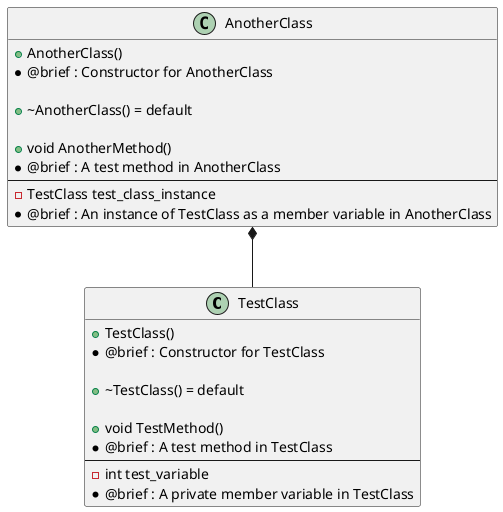
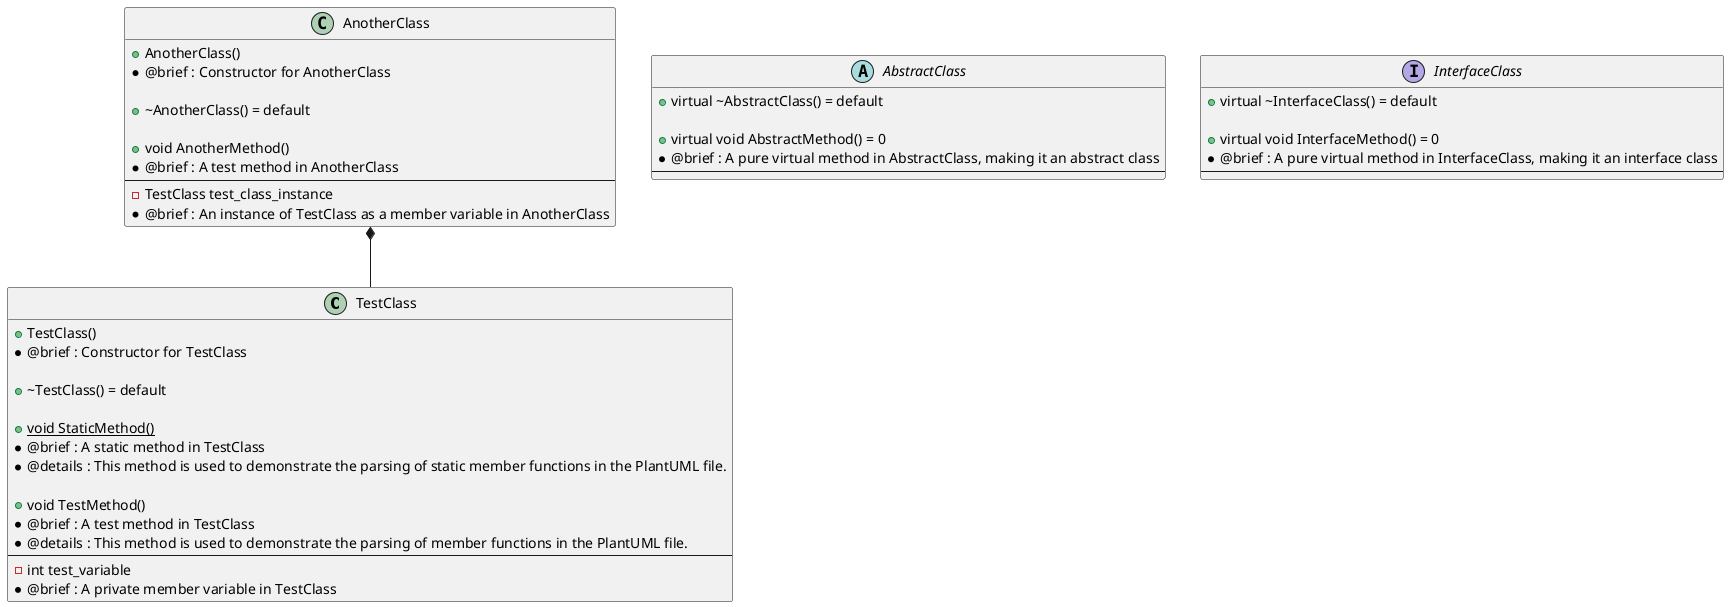
﻿@startuml

class TestClass
{
    + TestClass()
     * @brief : Constructor for TestClass

    + ~TestClass() = default

+     {static} + void StaticMethod()
+      * @brief : A static method in TestClass
+      * @details : This method is used to demonstrate the parsing of static member functions in the PlantUML file.
+ 
    + void TestMethod()
     * @brief : A test method in TestClass
+      * @details : This method is used to demonstrate the parsing of member functions in the PlantUML file.
    ---
    - int test_variable
     * @brief : A private member variable in TestClass
+ }
+ 
+ abstract class AbstractClass
+ {
+     + virtual ~AbstractClass() = default
+ 
+     + virtual void AbstractMethod() = 0
+      * @brief : A pure virtual method in AbstractClass, making it an abstract class
+     ---
+ }
+ 
+ interface InterfaceClass
+ {
+     + virtual ~InterfaceClass() = default
+ 
+     + virtual void InterfaceMethod() = 0
+      * @brief : A pure virtual method in InterfaceClass, making it an interface class
+     ---
}

class AnotherClass
{
    + AnotherClass()
     * @brief : Constructor for AnotherClass

    + ~AnotherClass() = default

    + void AnotherMethod()
     * @brief : A test method in AnotherClass
    ---
    - TestClass test_class_instance
     * @brief : An instance of TestClass as a member variable in AnotherClass
}
AnotherClass *-- TestClass

@enduml